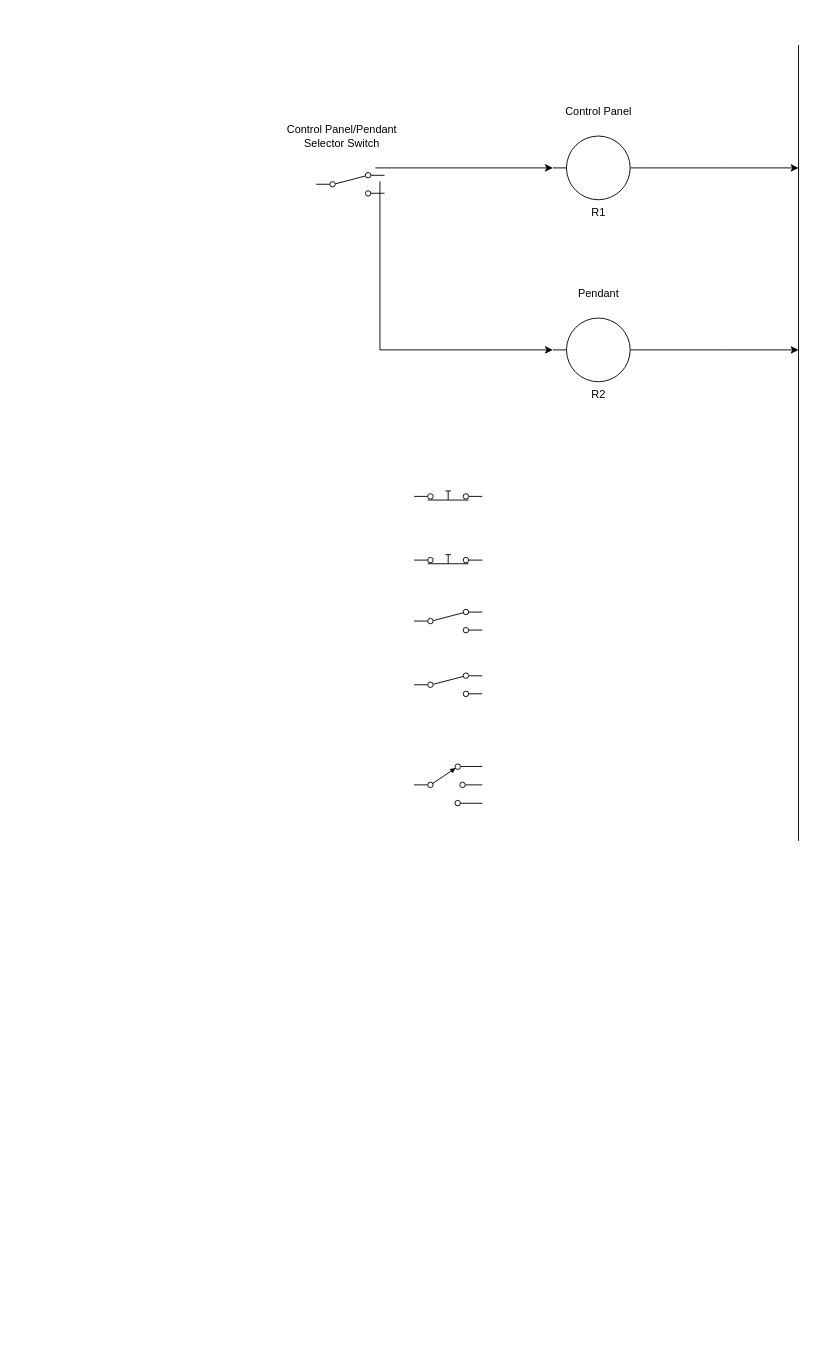
This is 176 Pendant.drawio from nicholas-carnie/Nicks-files, a draw.io file, before an edit. Source tidied: cells renumbered, new cells numbered last; positions are measured from the earlier drawing's top-left corner, leaving out a move shared by most shapes. Both pictures are drawn from the tidied source at 91%, with x=0, y=0 at pixel (278, 45).
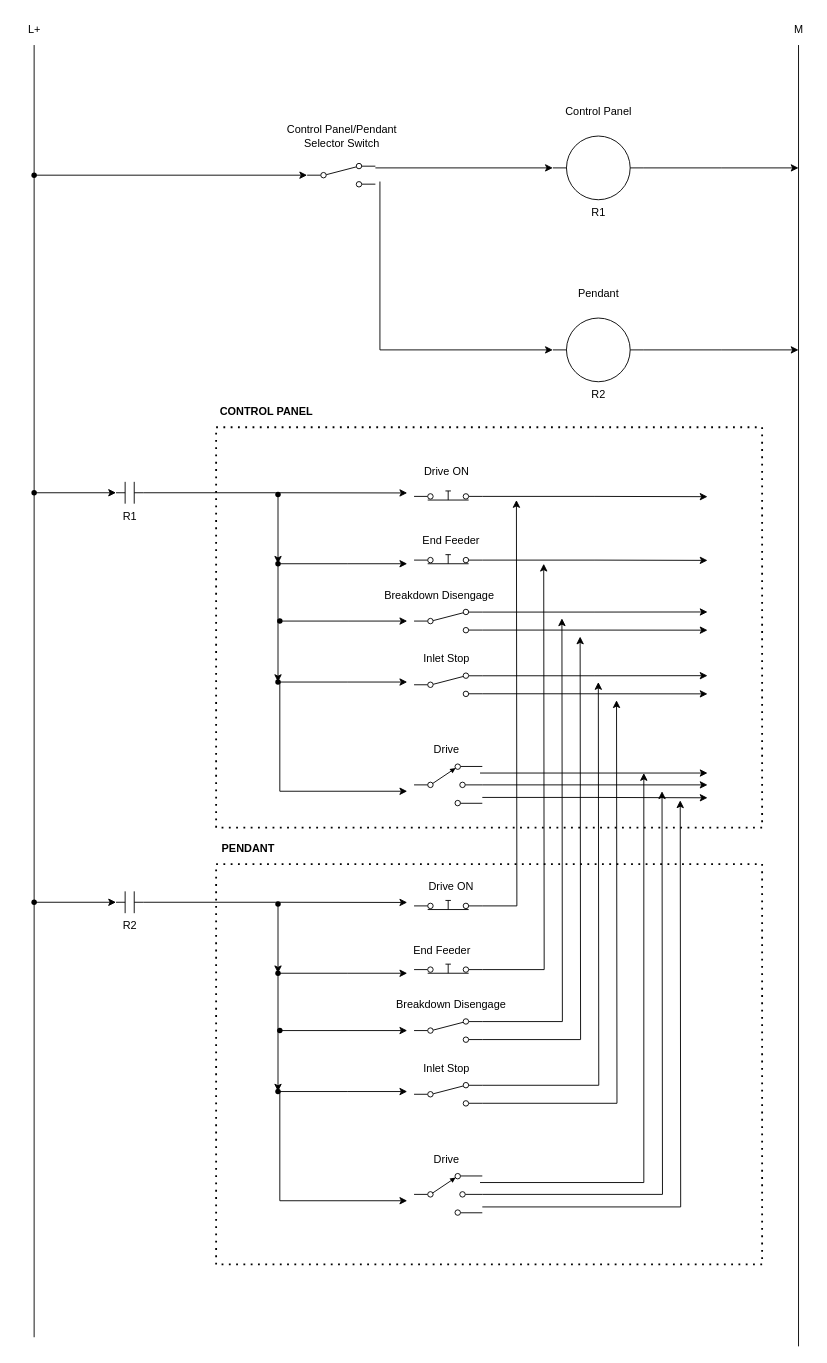
After the change.

The change refers to these unchanged cells:
```xml
<mxCell id="8" style="verticalLabelPosition=bottom;shadow=0;dashed=0;align=center;html=1;verticalAlign=top;shape=mxgraph.electrical.electro-mechanical.selectorSwitch3Position2;elSwitchState=1;" parent="1" vertex="1">
  <mxGeometry x="149.5" y="790" width="75" height="46" as="geometry" />
</mxCell>
<mxCell id="9" style="html=1;shape=mxgraph.electrical.electro-mechanical.twoWaySwitch;elSwitchState=2;" parent="1" vertex="1">
  <mxGeometry x="149.5" y="690" width="75" height="26" as="geometry" />
</mxCell>
<mxCell id="14" style="html=1;shape=mxgraph.electrical.electro-mechanical.pushbutton;elSwitchState=on;" parent="1" vertex="1">
  <mxGeometry x="149.5" y="480" width="75" height="20" as="geometry" />
</mxCell>
<mxCell id="15" style="html=1;shape=mxgraph.electrical.electro-mechanical.pushbutton;elSwitchState=on;" parent="1" vertex="1">
  <mxGeometry x="149.5" y="550" width="75" height="20" as="geometry" />
</mxCell>
<mxCell id="17" style="html=1;shape=mxgraph.electrical.electro-mechanical.twoWaySwitch;elSwitchState=2;" parent="1" vertex="1">
  <mxGeometry x="149.5" y="620" width="75" height="26" as="geometry" />
</mxCell>
```

Change to the diagram source:
```diff
@@
+    <mxCell id="18" style="edgeStyle=orthogonalEdgeStyle;rounded=0;jettySize=auto;html=1;exitX=1;exitY=0.8;exitDx=0;exitDy=0;" parent="1" edge="1" source="8">
+      <mxGeometry relative="1" as="geometry">
+        <mxPoint x="472" y="827.2" as="targetPoint" />
+      </mxGeometry>
+    </mxCell>
+    <mxCell id="19" style="edgeStyle=orthogonalEdgeStyle;rounded=0;jettySize=auto;html=1;" parent="1" edge="1" source="8">
+      <mxGeometry relative="1" as="geometry">
+        <mxPoint x="472" y="813" as="targetPoint" />
+      </mxGeometry>
+    </mxCell>
@@
+    <mxCell id="20" style="edgeStyle=orthogonalEdgeStyle;rounded=0;jettySize=auto;html=1;exitX=1;exitY=0.12;exitDx=0;exitDy=0;" parent="1" edge="1" source="9">
+      <mxGeometry relative="1" as="geometry">
+        <mxPoint x="472" y="693" as="targetPoint" />
+      </mxGeometry>
+    </mxCell>
+    <mxCell id="21" style="edgeStyle=orthogonalEdgeStyle;rounded=0;jettySize=auto;html=1;exitX=1;exitY=0.88;exitDx=0;exitDy=0;" parent="1" edge="1" source="9">
+      <mxGeometry relative="1" as="geometry">
+        <mxPoint x="472" y="713" as="targetPoint" />
+      </mxGeometry>
+    </mxCell>
@@
     <mxCell id="13" style="endArrow=none;html=1;rounded=0;" parent="1" edge="1">
       <mxGeometry relative="1" as="geometry">
-        <mxPoint x="572" y="874.5" as="sourcePoint" />
+        <mxPoint x="572" y="1430" as="sourcePoint" />
         <mxPoint x="572" as="targetPoint" />
       </mxGeometry>
     </mxCell>
+    <mxCell id="22" style="edgeStyle=orthogonalEdgeStyle;rounded=0;jettySize=auto;html=1;exitX=1;exitY=0.8;exitDx=0;exitDy=0;" parent="1" edge="1" source="14">
+      <mxGeometry relative="1" as="geometry">
+        <mxPoint x="472" y="496.3" as="targetPoint" />
+      </mxGeometry>
+    </mxCell>
@@
+    <mxCell id="23" style="edgeStyle=orthogonalEdgeStyle;rounded=0;jettySize=auto;html=1;exitX=1;exitY=0.8;exitDx=0;exitDy=0;" parent="1" edge="1" source="15">
+      <mxGeometry relative="1" as="geometry">
+        <mxPoint x="472" y="566.3" as="targetPoint" />
+      </mxGeometry>
+    </mxCell>
@@
     <mxCell id="16" style="html=1;shape=mxgraph.electrical.electro-mechanical.twoWaySwitch;elSwitchState=2;" parent="1" vertex="1">
-      <mxGeometry x="42" y="140" width="75" height="26" as="geometry" />
+      <mxGeometry x="32" y="130" width="75" height="26" as="geometry" />
     </mxCell>
+    <mxCell id="24" style="edgeStyle=orthogonalEdgeStyle;rounded=0;jettySize=auto;html=1;exitX=1;exitY=0.12;exitDx=0;exitDy=0;" parent="1" edge="1" source="17">
+      <mxGeometry relative="1" as="geometry">
+        <mxPoint x="472" y="623" as="targetPoint" />
+      </mxGeometry>
+    </mxCell>
+    <mxCell id="25" style="edgeStyle=orthogonalEdgeStyle;rounded=0;jettySize=auto;html=1;exitX=1;exitY=0.88;exitDx=0;exitDy=0;" parent="1" edge="1" source="17">
+      <mxGeometry relative="1" as="geometry">
+        <mxPoint x="472" y="643" as="targetPoint" />
+      </mxGeometry>
+    </mxCell>
@@
+    <mxCell id="26" style="edgeStyle=orthogonalEdgeStyle;rounded=0;jettySize=auto;html=1;exitX=1;exitY=0.5;exitDx=0;exitDy=0;exitPerimeter=0;" parent="1" edge="1" source="27">
+      <mxGeometry relative="1" as="geometry">
+        <mxPoint x="142" y="492.2" as="targetPoint" />
+      </mxGeometry>
+    </mxCell>
+    <mxCell id="27" value="R1" style="verticalLabelPosition=bottom;shadow=0;dashed=0;align=center;html=1;verticalAlign=top;shape=mxgraph.electrical.electro-mechanical.relay_contacts;" parent="1" vertex="1">
+      <mxGeometry x="-178" y="480" width="30" height="24" as="geometry" />
+    </mxCell>
+    <mxCell id="28" style="edgeStyle=orthogonalEdgeStyle;rounded=0;jettySize=auto;html=1;" parent="1" edge="1" source="31">
+      <mxGeometry relative="1" as="geometry">
+        <mxPoint x="142" y="820" as="targetPoint" />
+        <Array as="points">
+          <mxPoint x="2" y="700" />
+          <mxPoint x="2" y="820" />
+        </Array>
+      </mxGeometry>
+    </mxCell>
+    <mxCell id="29" style="edgeStyle=orthogonalEdgeStyle;rounded=0;jettySize=auto;html=1;" parent="1" edge="1" source="35" target="31">
+      <mxGeometry relative="1" as="geometry" />
+    </mxCell>
+    <mxCell id="30" style="edgeStyle=orthogonalEdgeStyle;rounded=0;jettySize=auto;html=1;" parent="1" edge="1" source="31">
+      <mxGeometry relative="1" as="geometry">
+        <mxPoint x="142" y="700" as="targetPoint" />
+      </mxGeometry>
+    </mxCell>
+    <mxCell id="31" style="shape=waypoint;sketch=0;fillStyle=solid;size=6;points=[];fillColor=none;perimeter=centerPerimeter;snapToPoint=1;" parent="1" vertex="1">
+      <mxGeometry x="-10" y="690" width="20" height="20" as="geometry" />
+    </mxCell>
+    <mxCell id="32" style="edgeStyle=orthogonalEdgeStyle;rounded=0;jettySize=auto;html=1;" parent="1" edge="1" source="33">
+      <mxGeometry relative="1" as="geometry">
+        <mxPoint x="142" y="633" as="targetPoint" />
+      </mxGeometry>
+    </mxCell>
+    <mxCell id="33" style="shape=waypoint;sketch=0;fillStyle=solid;size=6;points=[];fillColor=none;perimeter=centerPerimeter;snapToPoint=1;" parent="1" vertex="1">
+      <mxGeometry x="-8" y="623" width="20" height="20" as="geometry" />
+    </mxCell>
+    <mxCell id="34" style="edgeStyle=orthogonalEdgeStyle;rounded=0;jettySize=auto;html=1;" parent="1" edge="1" source="35">
+      <mxGeometry relative="1" as="geometry">
+        <mxPoint x="142" y="570" as="targetPoint" />
+      </mxGeometry>
+    </mxCell>
+    <mxCell id="35" style="shape=waypoint;sketch=0;fillStyle=solid;size=6;points=[];fillColor=none;perimeter=centerPerimeter;snapToPoint=1;" parent="1" vertex="1">
+      <mxGeometry x="-10" y="560" width="20" height="20" as="geometry" />
+    </mxCell>
+    <mxCell id="36" style="endArrow=classic;html=1;rounded=0;" parent="1" edge="1">
+      <mxGeometry relative="1" as="geometry">
+        <mxPoint x="222" y="800" as="sourcePoint" />
+        <mxPoint x="472" y="800" as="targetPoint" />
+      </mxGeometry>
+    </mxCell>
+    <mxCell id="37" style="shape=waypoint;sketch=0;fillStyle=solid;size=6;points=[];fillColor=none;perimeter=centerPerimeter;snapToPoint=1;" parent="1" vertex="1">
+      <mxGeometry x="-10" y="484" width="20" height="20" as="geometry" />
+    </mxCell>
+    <mxCell id="38" style="edgeStyle=orthogonalEdgeStyle;rounded=0;jettySize=auto;html=1;entryX=0.408;entryY=0.108;entryDx=0;entryDy=0;entryPerimeter=0;" parent="1" edge="1" source="37" target="35">
+      <mxGeometry relative="1" as="geometry" />
+    </mxCell>
+    <mxCell id="39" style="edgeStyle=orthogonalEdgeStyle;rounded=0;jettySize=auto;html=1;exitX=1;exitY=0.8;exitDx=0;exitDy=0;" parent="1" edge="1" source="41">
+      <mxGeometry relative="1" as="geometry">
+        <mxPoint x="442" y="830" as="targetPoint" />
+      </mxGeometry>
+    </mxCell>
+    <mxCell id="40" style="edgeStyle=orthogonalEdgeStyle;rounded=0;jettySize=auto;html=1;" parent="1" edge="1" source="41">
+      <mxGeometry relative="1" as="geometry">
+        <mxPoint x="422" y="820" as="targetPoint" />
+      </mxGeometry>
+    </mxCell>
+    <mxCell id="41" style="verticalLabelPosition=bottom;shadow=0;dashed=0;align=center;html=1;verticalAlign=top;shape=mxgraph.electrical.electro-mechanical.selectorSwitch3Position2;elSwitchState=1;" parent="1" vertex="1">
+      <mxGeometry x="149.5" y="1240" width="75" height="46" as="geometry" />
+    </mxCell>
+    <mxCell id="42" style="edgeStyle=orthogonalEdgeStyle;rounded=0;jettySize=auto;html=1;exitX=1;exitY=0.12;exitDx=0;exitDy=0;" parent="1" edge="1" source="44">
+      <mxGeometry relative="1" as="geometry">
+        <mxPoint x="352" y="700" as="targetPoint" />
+      </mxGeometry>
+    </mxCell>
+    <mxCell id="43" style="edgeStyle=orthogonalEdgeStyle;rounded=0;jettySize=auto;html=1;exitX=1;exitY=0.88;exitDx=0;exitDy=0;" parent="1" edge="1" source="44">
+      <mxGeometry relative="1" as="geometry">
+        <mxPoint x="372" y="720" as="targetPoint" />
+      </mxGeometry>
+    </mxCell>
+    <mxCell id="44" style="html=1;shape=mxgraph.electrical.electro-mechanical.twoWaySwitch;elSwitchState=2;" parent="1" vertex="1">
+      <mxGeometry x="149.5" y="1140" width="75" height="26" as="geometry" />
+    </mxCell>
+    <mxCell id="45" style="edgeStyle=orthogonalEdgeStyle;rounded=0;jettySize=auto;html=1;exitX=1;exitY=0.8;exitDx=0;exitDy=0;" parent="1" edge="1" source="46">
+      <mxGeometry relative="1" as="geometry">
+        <mxPoint x="262" y="500" as="targetPoint" />
+      </mxGeometry>
+    </mxCell>
+    <mxCell id="46" style="html=1;shape=mxgraph.electrical.electro-mechanical.pushbutton;elSwitchState=on;" parent="1" vertex="1">
+      <mxGeometry x="149.5" y="930" width="75" height="20" as="geometry" />
+    </mxCell>
+    <mxCell id="47" style="edgeStyle=orthogonalEdgeStyle;rounded=0;jettySize=auto;html=1;exitX=1;exitY=0.8;exitDx=0;exitDy=0;" parent="1" edge="1" source="48">
+      <mxGeometry relative="1" as="geometry">
+        <mxPoint x="292" y="570" as="targetPoint" />
+      </mxGeometry>
+    </mxCell>
+    <mxCell id="48" style="html=1;shape=mxgraph.electrical.electro-mechanical.pushbutton;elSwitchState=on;" parent="1" vertex="1">
+      <mxGeometry x="149.5" y="1000" width="75" height="20" as="geometry" />
+    </mxCell>
+    <mxCell id="49" style="edgeStyle=orthogonalEdgeStyle;rounded=0;jettySize=auto;html=1;exitX=1;exitY=0.12;exitDx=0;exitDy=0;" parent="1" edge="1" source="51">
+      <mxGeometry relative="1" as="geometry">
+        <mxPoint x="312" y="630" as="targetPoint" />
+      </mxGeometry>
+    </mxCell>
+    <mxCell id="50" style="edgeStyle=orthogonalEdgeStyle;rounded=0;jettySize=auto;html=1;exitX=1;exitY=0.88;exitDx=0;exitDy=0;" parent="1" edge="1" source="51">
+      <mxGeometry relative="1" as="geometry">
+        <mxPoint x="332" y="650" as="targetPoint" />
+      </mxGeometry>
+    </mxCell>
+    <mxCell id="51" style="html=1;shape=mxgraph.electrical.electro-mechanical.twoWaySwitch;elSwitchState=2;" parent="1" vertex="1">
+      <mxGeometry x="149.5" y="1070" width="75" height="26" as="geometry" />
+    </mxCell>
+    <mxCell id="52" style="edgeStyle=orthogonalEdgeStyle;rounded=0;jettySize=auto;html=1;exitX=1;exitY=0.5;exitDx=0;exitDy=0;exitPerimeter=0;" parent="1" edge="1" source="53">
+      <mxGeometry relative="1" as="geometry">
+        <mxPoint x="142" y="942.2" as="targetPoint" />
+      </mxGeometry>
+    </mxCell>
+    <mxCell id="53" value="R2" style="verticalLabelPosition=bottom;shadow=0;dashed=0;align=center;html=1;verticalAlign=top;shape=mxgraph.electrical.electro-mechanical.relay_contacts;" parent="1" vertex="1">
+      <mxGeometry x="-178" y="930" width="30" height="24" as="geometry" />
+    </mxCell>
+    <mxCell id="54" style="edgeStyle=orthogonalEdgeStyle;rounded=0;jettySize=auto;html=1;" parent="1" edge="1" source="57">
+      <mxGeometry relative="1" as="geometry">
+        <mxPoint x="142" y="1270" as="targetPoint" />
+        <Array as="points">
+          <mxPoint x="2" y="1150" />
+          <mxPoint x="2" y="1270" />
+        </Array>
+      </mxGeometry>
+    </mxCell>
+    <mxCell id="55" style="edgeStyle=orthogonalEdgeStyle;rounded=0;jettySize=auto;html=1;" parent="1" edge="1" source="61" target="57">
+      <mxGeometry relative="1" as="geometry" />
+    </mxCell>
+    <mxCell id="56" style="edgeStyle=orthogonalEdgeStyle;rounded=0;jettySize=auto;html=1;" parent="1" edge="1" source="57">
+      <mxGeometry relative="1" as="geometry">
+        <mxPoint x="142" y="1150" as="targetPoint" />
+      </mxGeometry>
+    </mxCell>
+    <mxCell id="57" style="shape=waypoint;sketch=0;fillStyle=solid;size=6;points=[];fillColor=none;perimeter=centerPerimeter;snapToPoint=1;" parent="1" vertex="1">
+      <mxGeometry x="-10" y="1140" width="20" height="20" as="geometry" />
+    </mxCell>
+    <mxCell id="58" style="edgeStyle=orthogonalEdgeStyle;rounded=0;jettySize=auto;html=1;" parent="1" edge="1" source="59">
+      <mxGeometry relative="1" as="geometry">
+        <mxPoint x="142" y="1083" as="targetPoint" />
+      </mxGeometry>
+    </mxCell>
+    <mxCell id="59" style="shape=waypoint;sketch=0;fillStyle=solid;size=6;points=[];fillColor=none;perimeter=centerPerimeter;snapToPoint=1;" parent="1" vertex="1">
+      <mxGeometry x="-8" y="1073" width="20" height="20" as="geometry" />
+    </mxCell>
+    <mxCell id="60" style="edgeStyle=orthogonalEdgeStyle;rounded=0;jettySize=auto;html=1;" parent="1" edge="1" source="61">
+      <mxGeometry relative="1" as="geometry">
+        <mxPoint x="142" y="1020" as="targetPoint" />
+      </mxGeometry>
+    </mxCell>
+    <mxCell id="61" style="shape=waypoint;sketch=0;fillStyle=solid;size=6;points=[];fillColor=none;perimeter=centerPerimeter;snapToPoint=1;" parent="1" vertex="1">
+      <mxGeometry x="-10" y="1010" width="20" height="20" as="geometry" />
+    </mxCell>
+    <mxCell id="62" style="endArrow=classic;html=1;rounded=0;" parent="1" edge="1">
+      <mxGeometry relative="1" as="geometry">
+        <mxPoint x="222" y="1250" as="sourcePoint" />
+        <mxPoint x="402" y="800" as="targetPoint" />
+        <Array as="points">
+          <mxPoint x="402" y="1250" />
+        </Array>
+      </mxGeometry>
+    </mxCell>
+    <mxCell id="63" style="shape=waypoint;sketch=0;fillStyle=solid;size=6;points=[];fillColor=none;perimeter=centerPerimeter;snapToPoint=1;" parent="1" vertex="1">
+      <mxGeometry x="-10" y="934" width="20" height="20" as="geometry" />
+    </mxCell>
+    <mxCell id="64" style="edgeStyle=orthogonalEdgeStyle;rounded=0;jettySize=auto;html=1;entryX=0.408;entryY=0.108;entryDx=0;entryDy=0;entryPerimeter=0;" parent="1" edge="1" source="63" target="61">
+      <mxGeometry relative="1" as="geometry" />
+    </mxCell>
+    <mxCell id="65" value="Drive ON" style="text;html=1;align=center;verticalAlign=middle;strokeColor=none;fillColor=none;" parent="1" vertex="1">
+      <mxGeometry x="149.5" y="454" width="70" height="30" as="geometry" />
+    </mxCell>
+    <mxCell id="66" value="End Feeder" style="text;html=1;align=center;verticalAlign=middle;strokeColor=none;fillColor=none;" parent="1" vertex="1">
+      <mxGeometry x="144.5" y="530" width="90" height="30" as="geometry" />
+    </mxCell>
+    <mxCell id="67" value="Inlet Stop" style="text;html=1;align=center;verticalAlign=middle;strokeColor=none;fillColor=none;" parent="1" vertex="1">
+      <mxGeometry x="149.5" y="660" width="70" height="30" as="geometry" />
+    </mxCell>
+    <mxCell id="68" value="Drive" style="text;html=1;align=center;verticalAlign=middle;strokeColor=none;fillColor=none;" parent="1" vertex="1">
+      <mxGeometry x="159.5" y="760" width="50" height="30" as="geometry" />
+    </mxCell>
+    <mxCell id="69" value="Breakdown Disengage" style="text;html=1;align=center;verticalAlign=middle;strokeColor=none;fillColor=none;" parent="1" vertex="1">
+      <mxGeometry x="107" y="590" width="140" height="30" as="geometry" />
+    </mxCell>
+    <mxCell id="70" style="endArrow=none;html=1;rounded=0;" parent="1" edge="1">
+      <mxGeometry relative="1" as="geometry">
+        <mxPoint x="-268" y="1420" as="sourcePoint" />
+        <mxPoint x="-268" as="targetPoint" />
+      </mxGeometry>
+    </mxCell>
+    <mxCell id="71" value="L+" style="text;html=1;align=center;verticalAlign=middle;strokeColor=none;fillColor=none;" parent="1" vertex="1">
+      <mxGeometry x="-288" y="-32" width="40" height="30" as="geometry" />
+    </mxCell>
+    <mxCell id="72" value="M" style="text;html=1;align=center;verticalAlign=middle;strokeColor=none;fillColor=none;" parent="1" vertex="1">
+      <mxGeometry x="557" y="-32" width="30" height="30" as="geometry" />
+    </mxCell>
+    <mxCell id="73" style="edgeStyle=orthogonalEdgeStyle;rounded=0;jettySize=auto;html=1;entryX=0;entryY=0.5;entryDx=0;entryDy=0;" parent="1" edge="1" source="74" target="16">
+      <mxGeometry relative="1" as="geometry" />
+    </mxCell>
+    <mxCell id="74" style="shape=waypoint;sketch=0;fillStyle=solid;size=6;points=[];fillColor=none;perimeter=centerPerimeter;snapToPoint=1;" parent="1" vertex="1">
+      <mxGeometry x="-278" y="133" width="20" height="20" as="geometry" />
+    </mxCell>
+    <mxCell id="75" style="shape=waypoint;sketch=0;fillStyle=solid;size=6;points=[];fillColor=none;perimeter=centerPerimeter;snapToPoint=1;" parent="1" vertex="1">
+      <mxGeometry x="-278" y="482" width="20" height="20" as="geometry" />
+    </mxCell>
+    <mxCell id="76" style="edgeStyle=orthogonalEdgeStyle;rounded=0;jettySize=auto;html=1;entryX=0;entryY=0.5;entryDx=0;entryDy=0;entryPerimeter=0;" parent="1" edge="1" source="75" target="27">
+      <mxGeometry relative="1" as="geometry" />
+    </mxCell>
+    <mxCell id="77" style="shape=waypoint;sketch=0;fillStyle=solid;size=6;points=[];fillColor=none;perimeter=centerPerimeter;snapToPoint=1;" parent="1" vertex="1">
+      <mxGeometry x="-278" y="932" width="20" height="20" as="geometry" />
+    </mxCell>
+    <mxCell id="78" style="edgeStyle=orthogonalEdgeStyle;rounded=0;jettySize=auto;html=1;entryX=0;entryY=0.5;entryDx=0;entryDy=0;entryPerimeter=0;" parent="1" edge="1" source="77" target="53">
+      <mxGeometry relative="1" as="geometry" />
+    </mxCell>
+    <mxCell id="79" style="endArrow=none;dashed=1;html=1;dashPattern=1 3;strokeWidth=2;rounded=0;" parent="1" edge="1">
+      <mxGeometry relative="1" as="geometry">
+        <mxPoint x="-68" y="420" as="sourcePoint" />
+        <mxPoint x="532" y="860" as="targetPoint" />
+        <Array as="points">
+          <mxPoint x="532" y="420" />
+        </Array>
+      </mxGeometry>
+    </mxCell>
+    <mxCell id="80" style="endArrow=none;dashed=1;html=1;dashPattern=1 3;strokeWidth=2;rounded=0;" parent="1" edge="1">
+      <mxGeometry relative="1" as="geometry">
+        <mxPoint x="532" y="860" as="sourcePoint" />
+        <mxPoint x="-68" y="420" as="targetPoint" />
+        <Array as="points">
+          <mxPoint x="-68" y="860" />
+        </Array>
+      </mxGeometry>
+    </mxCell>
+    <mxCell id="81" value="&lt;b&gt;CONTROL PANEL&lt;/b&gt;" style="text;html=1;align=center;verticalAlign=middle;strokeColor=none;fillColor=none;" parent="1" vertex="1">
+      <mxGeometry x="-78" y="388" width="130" height="30" as="geometry" />
+    </mxCell>
+    <mxCell id="82" style="endArrow=none;dashed=1;html=1;dashPattern=1 3;strokeWidth=2;rounded=0;" parent="1" edge="1">
+      <mxGeometry relative="1" as="geometry">
+        <mxPoint x="-68" y="900" as="sourcePoint" />
+        <mxPoint x="-68" y="900" as="targetPoint" />
+        <Array as="points">
+          <mxPoint x="532" y="900" />
+          <mxPoint x="532" y="1340" />
+          <mxPoint x="-68" y="1340" />
+        </Array>
+      </mxGeometry>
+    </mxCell>
+    <mxCell id="83" value="&lt;b&gt;PENDANT&lt;/b&gt;" style="text;html=1;align=center;verticalAlign=middle;strokeColor=none;fillColor=none;" parent="1" vertex="1">
+      <mxGeometry x="-73" y="868" width="80" height="30" as="geometry" />
+    </mxCell>
+    <mxCell id="84" value="Drive" style="text;html=1;align=center;verticalAlign=middle;strokeColor=none;fillColor=none;" parent="1" vertex="1">
+      <mxGeometry x="159.5" y="1210" width="50" height="30" as="geometry" />
+    </mxCell>
+    <mxCell id="85" value="Inlet Stop" style="text;html=1;align=center;verticalAlign=middle;strokeColor=none;fillColor=none;" parent="1" vertex="1">
+      <mxGeometry x="149.5" y="1110" width="70" height="30" as="geometry" />
+    </mxCell>
+    <mxCell id="86" value="Breakdown Disengage" style="text;html=1;align=center;verticalAlign=middle;strokeColor=none;fillColor=none;" parent="1" vertex="1">
+      <mxGeometry x="119.5" y="1040" width="140" height="30" as="geometry" />
+    </mxCell>
+    <mxCell id="87" value="End Feeder" style="text;html=1;align=center;verticalAlign=middle;strokeColor=none;fillColor=none;" parent="1" vertex="1">
+      <mxGeometry x="134.5" y="980" width="90" height="30" as="geometry" />
+    </mxCell>
+    <mxCell id="88" value="Drive ON" style="text;html=1;align=center;verticalAlign=middle;strokeColor=none;fillColor=none;" parent="1" vertex="1">
+      <mxGeometry x="154.5" y="910" width="70" height="30" as="geometry" />
+    </mxCell>
```
